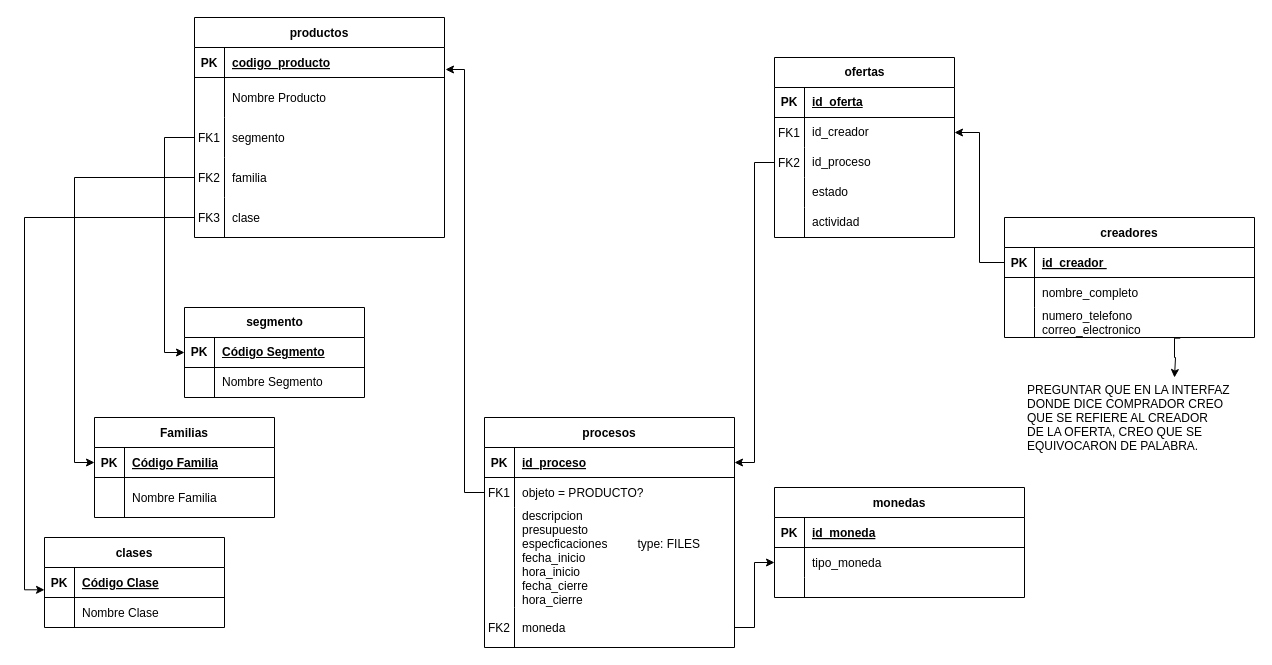
manueld1az/IMC keeps this draw.io diagram as Diagrama sin título.drawio. Above is the earlier version. Source tidied: cells renumbered, new cells numbered last; positions are measured from the earlier drawing's top-left corner, leaving out a move shared by most shapes. Both pictures are drawn from the tidied source at 100%, with x=0, y=0 at pixel (44, 17).
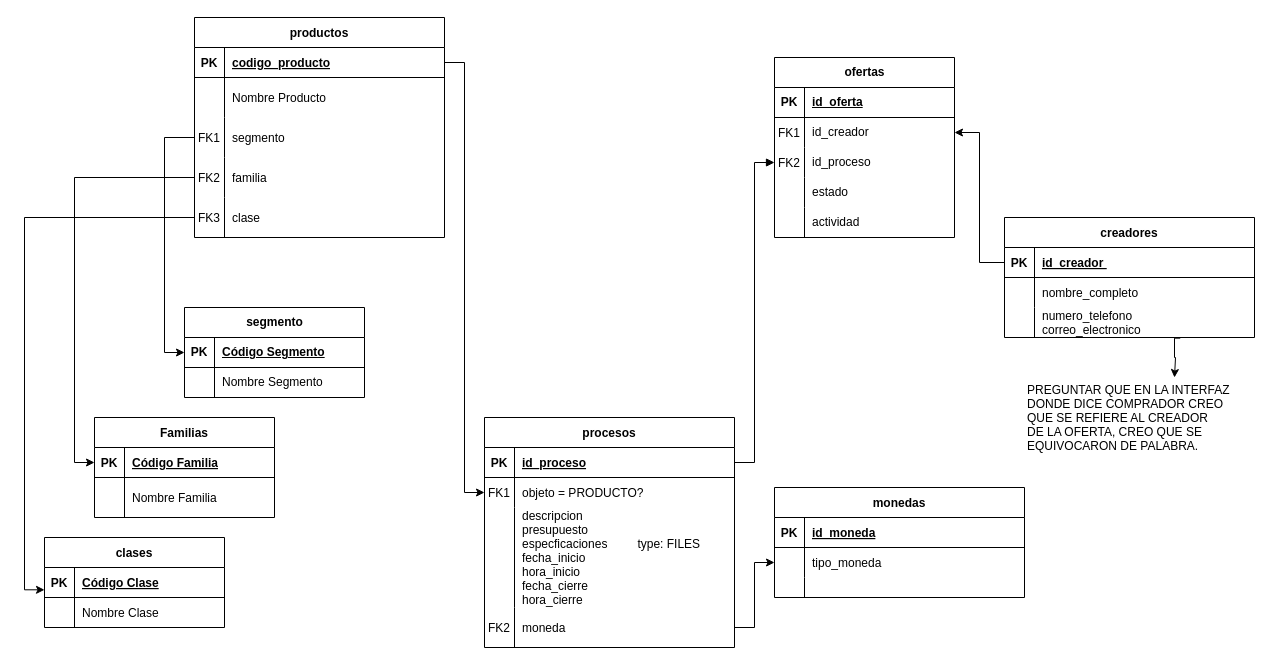
After the change.

The change refers to these unchanged cells:
```xml
<mxCell id="4" style="shape=partialRectangle;fillColor=none;points=[[0,0.5],[1,0.5]];portConstraint=eastwest;top=0;left=0;right=0;bottom=1;" parent="3" vertex="1">
  <mxGeometry y="30" width="250" height="30" as="geometry" />
</mxCell>
<mxCell id="7" style="shape=partialRectangle;fillColor=none;points=[[0,0.5],[1,0.5]];portConstraint=eastwest;top=0;left=0;right=0;bottom=0;" parent="3" vertex="1">
  <mxGeometry y="60" width="250" height="30" as="geometry" />
</mxCell>
<mxCell id="37" style="shape=partialRectangle;fillColor=none;points=[[0,0.5],[1,0.5]];portConstraint=eastwest;top=0;left=0;right=0;bottom=1;" parent="36" vertex="1">
  <mxGeometry y="30" width="250" height="30" as="geometry" />
</mxCell>
<mxCell id="80" style="shape=tableRow;horizontal=0;startSize=0;swimlaneHead=0;swimlaneBody=0;fillColor=none;points=[[0,0.5],[1,0.5]];portConstraint=eastwest;top=0;left=0;right=0;bottom=0;" parent="73" vertex="1">
  <mxGeometry y="90" width="180" height="30" as="geometry" />
</mxCell>
```

The edit, as a diff of the source:
```diff
@@
-    <mxCell id="2" style="edgeStyle=orthogonalEdgeStyle;rounded=0;jettySize=auto;html=1;entryX=1.004;entryY=0.733;entryDx=0;entryDy=0;entryPerimeter=0;" parent="1" edge="1" source="7" target="37">
-      <mxGeometry relative="1" as="geometry" />
-    </mxCell>
@@
-    <mxCell id="91" style="edgeStyle=orthogonalEdgeStyle;rounded=0;jettySize=auto;html=1;entryX=1;entryY=0.5;entryDx=0;entryDy=0;" parent="1" edge="1" source="80" target="4">
+    <mxCell id="91" style="edgeStyle=orthogonalEdgeStyle;rounded=0;jettySize=auto;html=1;entryX=1;entryY=0.5;entryDx=0;entryDy=0;startArrow=block;startFill=1;endArrow=none;endFill=0;" parent="1" edge="1" source="80" target="4">
       <mxGeometry relative="1" as="geometry" />
     </mxCell>
@@
+    <mxCell id="102" style="edgeStyle=orthogonalEdgeStyle;rounded=0;jettySize=auto;html=1;entryX=0;entryY=0.5;entryDx=0;entryDy=0;" parent="1" edge="1" source="37" target="7">
+      <mxGeometry relative="1" as="geometry" />
+    </mxCell>
```
